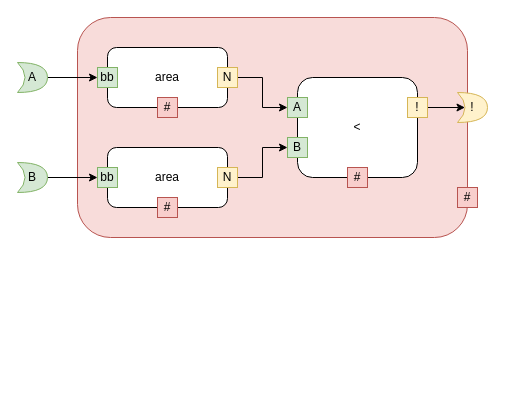
Earlier version of the draw.io diagram page "3. A smaller than B" (4 of 15) of rectangle intersection.drawio (guitarvydas/factbases-101). Source tidied: cells renumbered, new cells numbered last; positions are measured from the earlier drawing's top-left corner, leaving out a move shared by most shapes. Both pictures are drawn from the tidied source at 100%, with x=0, y=0 at pixel (17, 17).
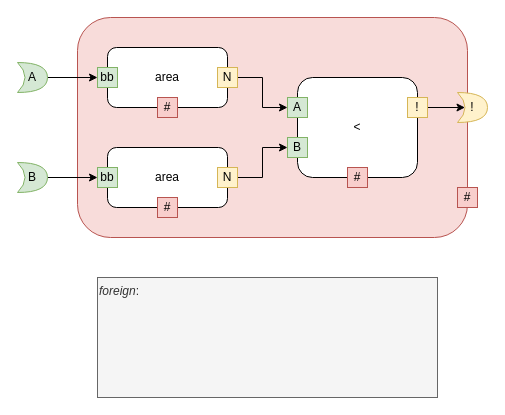
After the change.

Change to the diagram source:
```diff
@@
+    <mxCell id="25" value="&lt;i&gt;foreign&lt;/i&gt;:&lt;br&gt;&lt;br&gt;" style="rounded=0;whiteSpace=wrap;html=1;fillColor=#f5f5f5;strokeColor=#666666;fontColor=#333333;align=left;verticalAlign=top;" parent="1" vertex="1">
+      <mxGeometry x="80" y="260" width="340" height="120" as="geometry" />
+    </mxCell>
```
